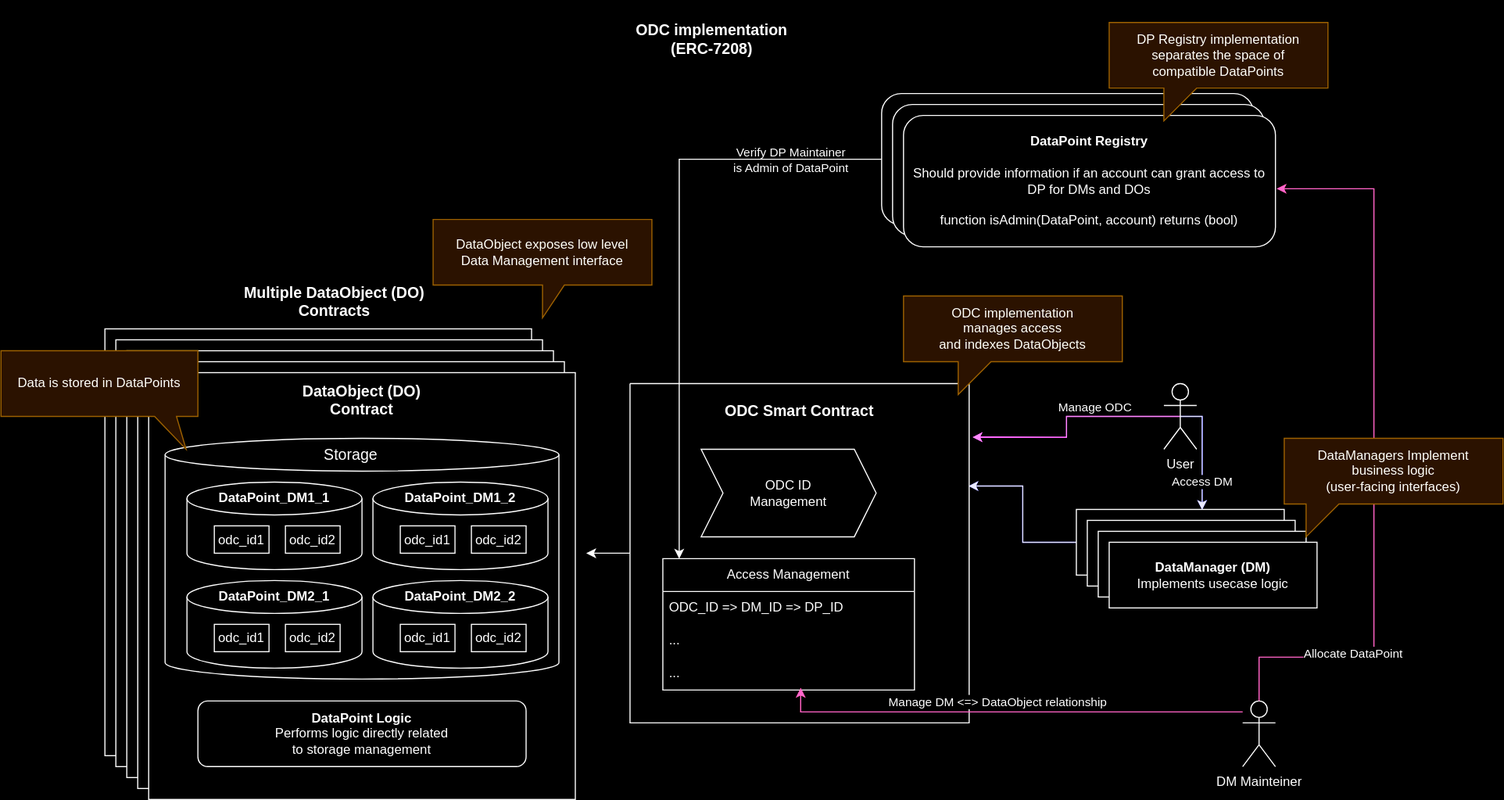
ethereum/ERCs keeps this draw.io diagram as assets/erc-7208/erc-7208-technical-overview.svg. Above is the earlier version. Source tidied: cells renumbered, new cells last; positions are measured from the earlier drawing's top-left corner, leaving out a move shared by most shapes.
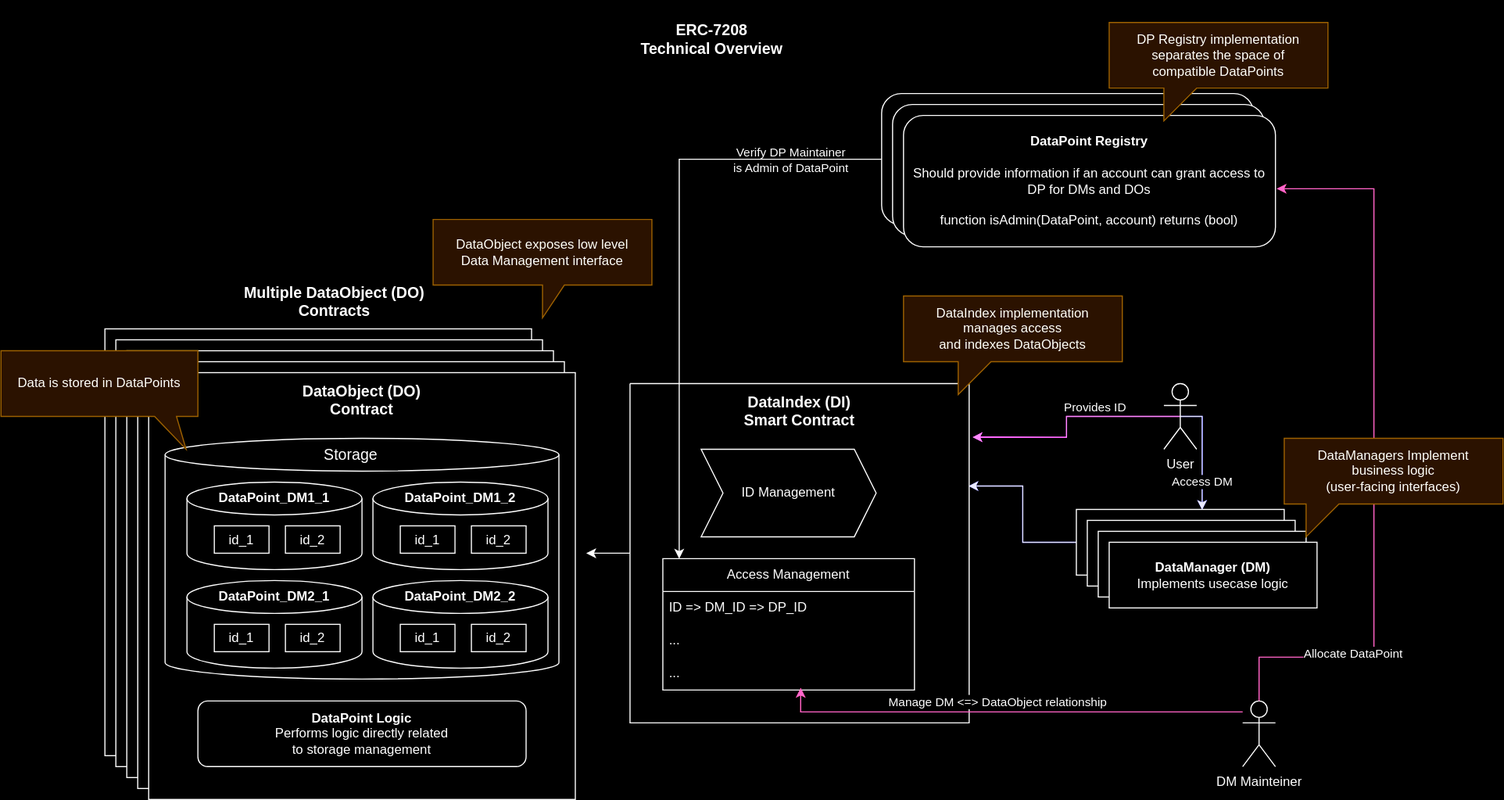
Above is the later version.

Commit message:
erc7208 update: diagrams

Diff of the diagram source:
```diff
@@ -28,7 +28,7 @@
     <mxCell id="9" value="Access Management" style="swimlane;fontStyle=0;horizontal=1;startSize=30;whiteSpace=wrap;html=1;" parent="8" vertex="1">
       <mxGeometry x="30" y="160" width="230" height="120" as="geometry" />
     </mxCell>
-    <mxCell id="10" value="ODC_ID =&amp;gt; DM_ID =&amp;gt; DP_ID" style="text;strokeColor=none;fillColor=none;align=left;verticalAlign=middle;spacingLeft=4;spacingRight=4;overflow=hidden;whiteSpace=wrap;html=1;" parent="9" vertex="1">
+    <mxCell id="10" value="ID =&amp;gt; DM_ID =&amp;gt; DP_ID" style="text;strokeColor=none;fillColor=none;align=left;verticalAlign=middle;spacingLeft=4;spacingRight=4;overflow=hidden;whiteSpace=wrap;html=1;" parent="9" vertex="1">
       <mxGeometry y="30" width="230" height="30" as="geometry" />
     </mxCell>
     <mxCell id="11" value="..." style="text;strokeColor=none;fillColor=none;align=left;verticalAlign=middle;spacingLeft=4;spacingRight=4;overflow=hidden;whiteSpace=wrap;html=1;" parent="9" vertex="1">
@@ -37,10 +37,10 @@
     <mxCell id="12" value="..." style="text;strokeColor=none;fillColor=none;align=left;verticalAlign=middle;spacingLeft=4;spacingRight=4;overflow=hidden;points=[[0,0.5],[1,0.5]];portConstraint=eastwest;whiteSpace=wrap;html=1;" parent="9" vertex="1">
       <mxGeometry y="90" width="230" height="30" as="geometry" />
     </mxCell>
-    <mxCell id="13" value="&lt;span style=&quot;font-size: 14px;&quot;&gt;&lt;b&gt;ODC Smart Contract&lt;/b&gt;&lt;/span&gt;" style="text;html=1;align=center;verticalAlign=middle;whiteSpace=wrap;rounded=0;" parent="8" vertex="1">
+    <mxCell id="13" value="&lt;span style=&quot;font-size: 14px;&quot;&gt;&lt;b&gt;DataIndex (DI)&lt;/b&gt;&lt;/span&gt;&lt;div&gt;&lt;span style=&quot;font-size: 14px;&quot;&gt;&lt;b&gt;Smart Contract&lt;/b&gt;&lt;/span&gt;&lt;/div&gt;" style="text;html=1;align=center;verticalAlign=middle;whiteSpace=wrap;rounded=0;" parent="8" vertex="1">
       <mxGeometry x="-15" y="10" width="340" height="30" as="geometry" />
     </mxCell>
-    <mxCell id="14" value="ODC ID&lt;div&gt;Management&lt;/div&gt;" style="shape=step;perimeter=stepPerimeter;whiteSpace=wrap;html=1;fixedSize=1;" parent="8" vertex="1">
+    <mxCell id="14" value="ID&amp;nbsp;&lt;span style=&quot;background-color: initial;&quot;&gt;Management&lt;/span&gt;" style="shape=step;perimeter=stepPerimeter;whiteSpace=wrap;html=1;fixedSize=1;" parent="8" vertex="1">
       <mxGeometry x="65" y="60" width="160" height="80" as="geometry" />
     </mxCell>
     <mxCell id="15" style="edgeStyle=orthogonalEdgeStyle;rounded=0;jettySize=auto;html=1;exitX=0;exitY=0.5;exitDx=0;exitDy=0;strokeColor=#000099;entryX=0.998;entryY=0.302;entryDx=0;entryDy=0;entryPerimeter=0;" parent="1" edge="1" source="16" target="8">
@@ -64,7 +64,7 @@
     <mxCell id="19" style="edgeStyle=orthogonalEdgeStyle;rounded=0;jettySize=auto;html=1;exitX=0.5;exitY=0.5;exitDx=0;exitDy=0;exitPerimeter=0;entryX=1.01;entryY=0.158;entryDx=0;entryDy=0;strokeColor=#CC00CC;entryPerimeter=0;" parent="1" edge="1" source="21" target="8">
       <mxGeometry relative="1" as="geometry" />
     </mxCell>
-    <mxCell id="20" value="Manage ODC" style="edgeLabel;html=1;align=center;verticalAlign=middle;" parent="19" vertex="1">
+    <mxCell id="20" value="Provides ID" style="edgeLabel;html=1;align=center;verticalAlign=middle;" parent="19" vertex="1">
       <mxGeometry x="0.16" y="1" relative="1" as="geometry">
         <mxPoint x="24" y="-26" as="offset" />
       </mxGeometry>
@@ -102,10 +102,10 @@
     <mxCell id="29" value="&lt;b&gt;DataPoint_DM1_1&lt;/b&gt;" style="text;html=1;align=center;verticalAlign=middle;whiteSpace=wrap;rounded=0;" parent="27" vertex="1">
       <mxGeometry x="25" width="110" height="30" as="geometry" />
     </mxCell>
-    <mxCell id="30" value="odc_id1" style="rounded=0;whiteSpace=wrap;html=1;" parent="27" vertex="1">
+    <mxCell id="30" value="id_1" style="rounded=0;whiteSpace=wrap;html=1;" parent="27" vertex="1">
       <mxGeometry x="25" y="40" width="50" height="25" as="geometry" />
     </mxCell>
-    <mxCell id="31" value="odc_id2" style="rounded=0;whiteSpace=wrap;html=1;" parent="27" vertex="1">
+    <mxCell id="31" value="id_2" style="rounded=0;whiteSpace=wrap;html=1;" parent="27" vertex="1">
       <mxGeometry x="90" y="40" width="50" height="25" as="geometry" />
     </mxCell>
     <mxCell id="32" style="group;" parent="1" vertex="1">
@@ -117,10 +117,10 @@
     <mxCell id="34" value="&lt;b&gt;DataPoint_DM1_2&lt;/b&gt;" style="text;html=1;align=center;verticalAlign=middle;whiteSpace=wrap;rounded=0;" parent="32" vertex="1">
       <mxGeometry x="25" width="110" height="30" as="geometry" />
     </mxCell>
-    <mxCell id="35" value="odc_id1" style="rounded=0;whiteSpace=wrap;html=1;" parent="32" vertex="1">
+    <mxCell id="35" value="id_1" style="rounded=0;whiteSpace=wrap;html=1;" parent="32" vertex="1">
       <mxGeometry x="25" y="40" width="50" height="25" as="geometry" />
     </mxCell>
-    <mxCell id="36" value="odc_id2" style="rounded=0;whiteSpace=wrap;html=1;" parent="32" vertex="1">
+    <mxCell id="36" value="id_2" style="rounded=0;whiteSpace=wrap;html=1;" parent="32" vertex="1">
       <mxGeometry x="90" y="40" width="50" height="25" as="geometry" />
     </mxCell>
     <mxCell id="37" style="group;" parent="1" vertex="1">
@@ -132,10 +132,10 @@
     <mxCell id="39" value="&lt;b&gt;DataPoint_DM2_1&lt;/b&gt;" style="text;html=1;align=center;verticalAlign=middle;whiteSpace=wrap;rounded=0;" parent="37" vertex="1">
       <mxGeometry x="25" width="110" height="30" as="geometry" />
     </mxCell>
-    <mxCell id="40" value="odc_id1" style="rounded=0;whiteSpace=wrap;html=1;" parent="37" vertex="1">
+    <mxCell id="40" value="id_1" style="rounded=0;whiteSpace=wrap;html=1;" parent="37" vertex="1">
       <mxGeometry x="25" y="40" width="50" height="25" as="geometry" />
     </mxCell>
-    <mxCell id="41" value="odc_id2" style="rounded=0;whiteSpace=wrap;html=1;" parent="37" vertex="1">
+    <mxCell id="41" value="id_2" style="rounded=0;whiteSpace=wrap;html=1;" parent="37" vertex="1">
       <mxGeometry x="90" y="40" width="50" height="25" as="geometry" />
     </mxCell>
     <mxCell id="42" style="group;" parent="1" vertex="1">
@@ -147,10 +147,10 @@
     <mxCell id="44" value="&lt;b&gt;DataPoint_DM2_2&lt;/b&gt;" style="text;html=1;align=center;verticalAlign=middle;whiteSpace=wrap;rounded=0;" parent="42" vertex="1">
       <mxGeometry x="25" width="110" height="30" as="geometry" />
     </mxCell>
-    <mxCell id="45" value="odc_id1" style="rounded=0;whiteSpace=wrap;html=1;" parent="42" vertex="1">
+    <mxCell id="45" value="id_1" style="rounded=0;whiteSpace=wrap;html=1;" parent="42" vertex="1">
       <mxGeometry x="25" y="40" width="50" height="25" as="geometry" />
     </mxCell>
-    <mxCell id="46" value="odc_id2" style="rounded=0;whiteSpace=wrap;html=1;" parent="42" vertex="1">
+    <mxCell id="46" value="id_2" style="rounded=0;whiteSpace=wrap;html=1;" parent="42" vertex="1">
       <mxGeometry x="90" y="40" width="50" height="25" as="geometry" />
     </mxCell>
     <mxCell id="47" value="&lt;b&gt;DataPoint Logic&lt;/b&gt;&lt;br&gt;Performs logic directly related&lt;div&gt;to storage management&lt;/div&gt;" style="rounded=1;whiteSpace=wrap;html=1;" parent="1" vertex="1">
@@ -162,7 +162,7 @@
     <mxCell id="49" value="&lt;b&gt;&lt;font style=&quot;font-size: 14px;&quot;&gt;DataObject (DO)&lt;/font&gt;&lt;/b&gt;&lt;div&gt;&lt;b&gt;&lt;font style=&quot;font-size: 14px;&quot;&gt;Contract&lt;/font&gt;&lt;/b&gt;&lt;/div&gt;" style="text;html=1;align=center;verticalAlign=middle;whiteSpace=wrap;rounded=0;" parent="1" vertex="1">
       <mxGeometry x="160" y="350" width="340" height="30" as="geometry" />
     </mxCell>
-    <mxCell id="50" value="&lt;span style=&quot;border-color: var(--border-color); font-size: 14px;&quot;&gt;&lt;b&gt;ODC implementation&lt;br&gt;(ERC-7208)&lt;/b&gt;&lt;br&gt;&lt;/span&gt;" style="text;html=1;align=center;verticalAlign=middle;whiteSpace=wrap;rounded=0;" parent="1" vertex="1">
+    <mxCell id="50" value="&lt;span style=&quot;border-color: var(--border-color); font-size: 14px;&quot;&gt;&lt;b&gt;ERC-7208&lt;/b&gt;&lt;/span&gt;&lt;div&gt;&lt;span style=&quot;border-color: var(--border-color); font-size: 14px;&quot;&gt;&lt;b&gt;Technical Overview&lt;/b&gt;&lt;br&gt;&lt;/span&gt;&lt;/div&gt;" style="text;html=1;align=center;verticalAlign=middle;whiteSpace=wrap;rounded=0;" parent="1" vertex="1">
       <mxGeometry x="405" width="490" height="70" as="geometry" />
     </mxCell>
     <mxCell id="51" value="&lt;b style=&quot;border-color: var(--border-color);&quot;&gt;DataManager (DM)&lt;/b&gt;&lt;br style=&quot;border-color: var(--border-color);&quot;&gt;Implements business logic" style="rounded=0;whiteSpace=wrap;html=1;" parent="1" vertex="1">
@@ -180,7 +180,7 @@
     <mxCell id="55" value="DataObject exposes low level&lt;div&gt;Data Management interface&lt;/div&gt;" style="shape=callout;whiteSpace=wrap;html=1;perimeter=calloutPerimeter;fillColor=#ffe6cc;strokeColor=#d79b00;" parent="1" vertex="1">
       <mxGeometry x="395" y="200" width="200" height="90" as="geometry" />
     </mxCell>
-    <mxCell id="56" value="ODC implementation&lt;br&gt;&lt;div&gt;manages access&lt;/div&gt;&lt;div&gt;and indexes DataObjects&lt;/div&gt;" style="shape=callout;whiteSpace=wrap;html=1;perimeter=calloutPerimeter;base=30;size=30;position=0.25;position2=0.25;fillColor=#ffe6cc;strokeColor=#d79b00;" parent="1" vertex="1">
+    <mxCell id="56" value="DataIndex implementation&lt;br&gt;&lt;div&gt;manages access&lt;/div&gt;&lt;div&gt;and indexes DataObjects&lt;/div&gt;" style="shape=callout;whiteSpace=wrap;html=1;perimeter=calloutPerimeter;base=30;size=30;position=0.25;position2=0.25;fillColor=#ffe6cc;strokeColor=#d79b00;" parent="1" vertex="1">
       <mxGeometry x="825" y="270" width="200" height="90" as="geometry" />
     </mxCell>
     <mxCell id="57" style="rounded=1;whiteSpace=wrap;html=1;" parent="1" vertex="1">
```
